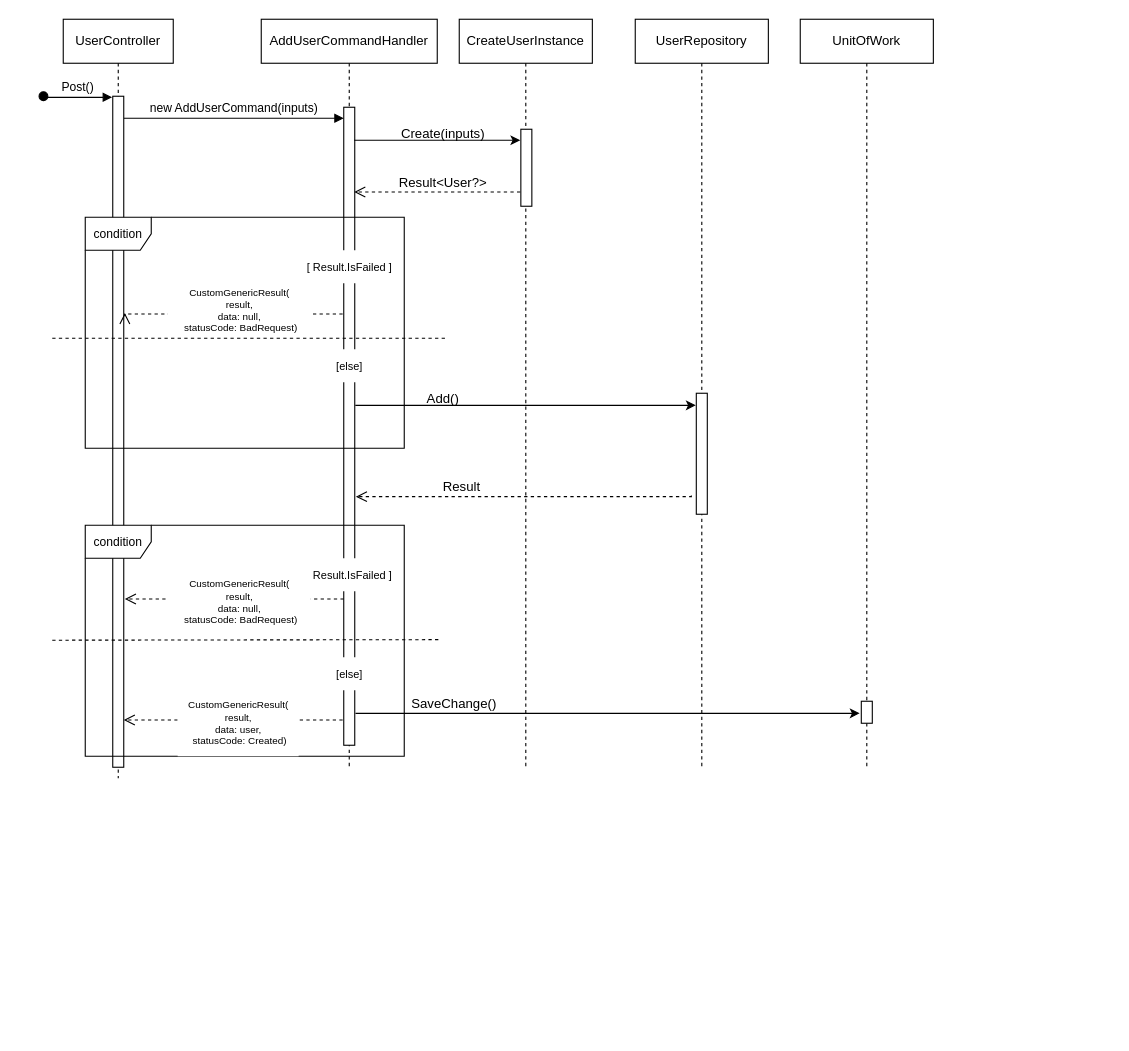
MahdiChoobin-81/CleanArchitecture_ASP keeps this draw.io diagram as Diagrams/sequenceDiagram_user_create.drawio. Above is the earlier version. Source tidied: cells renumbered, new cells numbered last; positions are measured from the earlier drawing's top-left corner, leaving out a move shared by most shapes. Both pictures are drawn from the tidied source at 110%, with x=0, y=0 at pixel (43, 19).
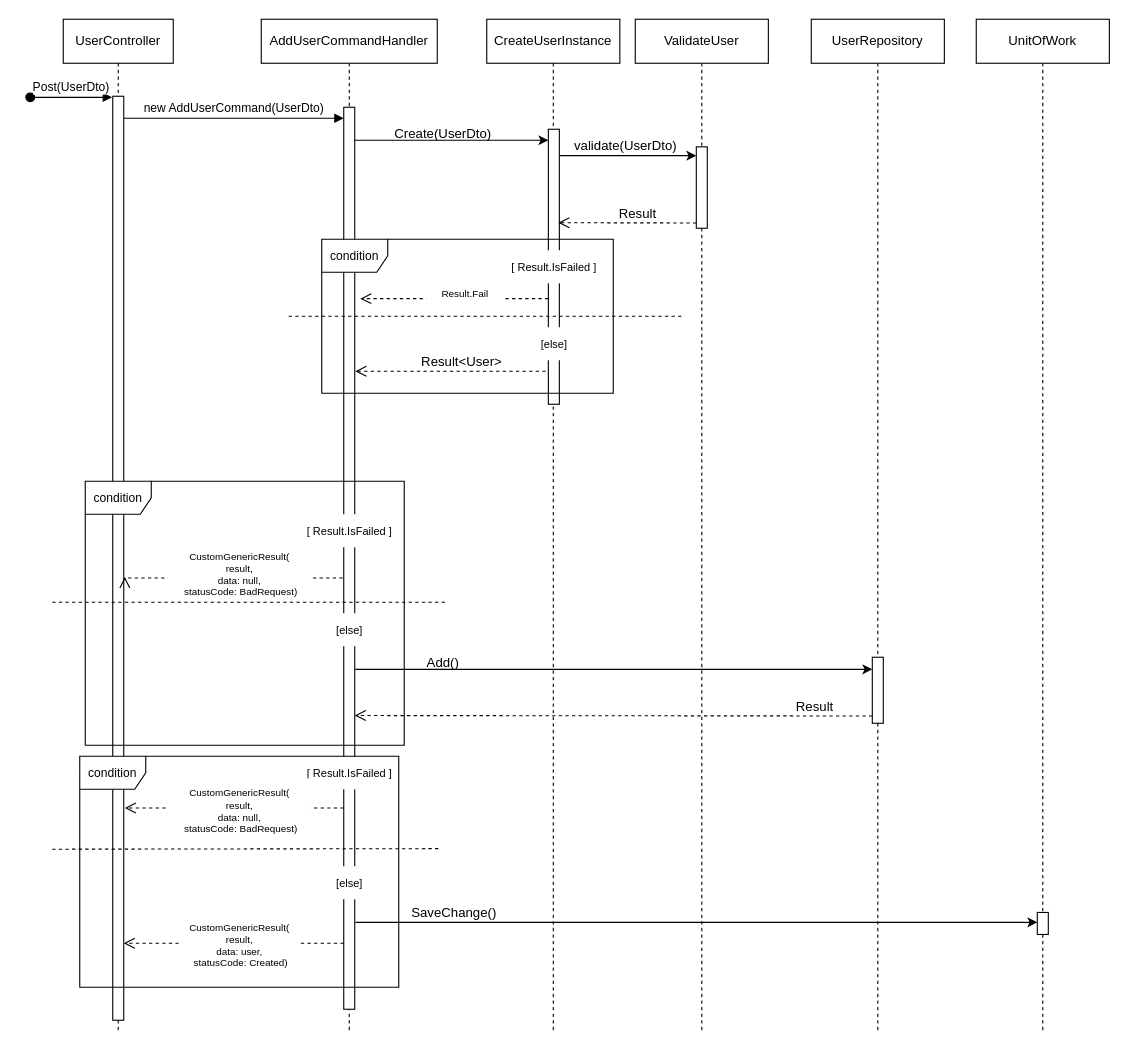
Above is the later version.

Diff of the diagram source:
```diff
@@
     <mxCell id="2" value="UserController" style="shape=umlLifeline;perimeter=lifelinePerimeter;whiteSpace=wrap;html=1;newEdgeStyle={&quot;edgeStyle&quot;:&quot;elbowEdgeStyle&quot;,&quot;elbow&quot;:&quot;vertical&quot;,&quot;curved&quot;:0,&quot;rounded&quot;:0};" parent="1" vertex="1">
-      <mxGeometry x="18" width="100" height="690" as="geometry" />
+      <mxGeometry x="18" width="100" height="920" as="geometry" />
     </mxCell>
-    <mxCell id="3" value="Post()" style="html=1;verticalAlign=bottom;startArrow=oval;endArrow=block;startSize=8;edgeStyle=elbowEdgeStyle;elbow=vertical;curved=0;rounded=0;entryX=-0.26;entryY=0.004;entryDx=0;entryDy=0;entryPerimeter=0;" parent="2" edge="1">
+    <mxCell id="3" value="Post(UserDto)" style="html=1;verticalAlign=bottom;startArrow=oval;endArrow=block;startSize=8;edgeStyle=elbowEdgeStyle;elbow=vertical;curved=0;rounded=0;entryX=-0.26;entryY=0.004;entryDx=0;entryDy=0;entryPerimeter=0;" parent="2" edge="1">
       <mxGeometry relative="1" as="geometry">
-        <mxPoint x="-18" y="70" as="sourcePoint" />
+        <mxPoint x="-30" y="71" as="sourcePoint" />
         <mxPoint x="44.4" y="71.4" as="targetPoint" />
       </mxGeometry>
     </mxCell>
     <mxCell id="4" value="AddUserCommandHandler" style="shape=umlLifeline;perimeter=lifelinePerimeter;whiteSpace=wrap;html=1;newEdgeStyle={&quot;edgeStyle&quot;:&quot;elbowEdgeStyle&quot;,&quot;elbow&quot;:&quot;vertical&quot;,&quot;curved&quot;:0,&quot;rounded&quot;:0};" parent="1" vertex="1">
-      <mxGeometry x="198" width="160" height="680" as="geometry" />
+      <mxGeometry x="198" width="160" height="920" as="geometry" />
     </mxCell>
     <mxCell id="5" style="html=1;points=[];perimeter=orthogonalPerimeter;outlineConnect=0;targetShapes=umlLifeline;portConstraint=eastwest;newEdgeStyle={&quot;edgeStyle&quot;:&quot;elbowEdgeStyle&quot;,&quot;elbow&quot;:&quot;vertical&quot;,&quot;curved&quot;:0,&quot;rounded&quot;:0};" parent="4" vertex="1">
-      <mxGeometry x="75" y="80" width="10" height="580" as="geometry" />
+      <mxGeometry x="75" y="80" width="10" height="820" as="geometry" />
     </mxCell>
-    <mxCell id="6" value="new AddUserCommand(inputs)" style="html=1;verticalAlign=bottom;endArrow=block;edgeStyle=elbowEdgeStyle;elbow=horizontal;curved=0;rounded=0;" parent="1" edge="1" source="9" target="5">
+    <mxCell id="6" value="new AddUserCommand(UserDto)" style="html=1;verticalAlign=bottom;endArrow=block;edgeStyle=elbowEdgeStyle;elbow=horizontal;curved=0;rounded=0;" parent="1" edge="1" source="9" target="5">
       <mxGeometry relative="1" as="geometry">
         <Array as="points">
           <mxPoint x="158" y="90" />
         </Array>
       </mxGeometry>
     </mxCell>
     <mxCell id="7" value="CreateUserInstance" style="shape=umlLifeline;perimeter=lifelinePerimeter;whiteSpace=wrap;html=1;newEdgeStyle={&quot;edgeStyle&quot;:&quot;elbowEdgeStyle&quot;,&quot;elbow&quot;:&quot;vertical&quot;,&quot;curved&quot;:0,&quot;rounded&quot;:0};" parent="1" vertex="1">
-      <mxGeometry x="378" width="121" height="680" as="geometry" />
+      <mxGeometry x="403" width="121" height="920" as="geometry" />
     </mxCell>
     <mxCell id="8" style="html=1;points=[];perimeter=orthogonalPerimeter;outlineConnect=0;targetShapes=umlLifeline;portConstraint=eastwest;newEdgeStyle={&quot;edgeStyle&quot;:&quot;elbowEdgeStyle&quot;,&quot;elbow&quot;:&quot;vertical&quot;,&quot;curved&quot;:0,&quot;rounded&quot;:0};" parent="7" vertex="1">
-      <mxGeometry x="56" y="100" width="10" height="70" as="geometry" />
+      <mxGeometry x="56" y="100" width="10" height="250" as="geometry" />
     </mxCell>
     <mxCell id="9" style="rounded=0;whiteSpace=wrap;html=1;" parent="1" vertex="1">
-      <mxGeometry x="63" y="70" width="10" height="610" as="geometry" />
+      <mxGeometry x="63" y="70" width="10" height="840" as="geometry" />
     </mxCell>
-    <mxCell id="10" value="Result&amp;lt;User?&amp;gt;" style="text;html=1;strokeColor=none;fillColor=none;align=center;verticalAlign=middle;whiteSpace=wrap;rounded=0;" parent="1" vertex="1">
-      <mxGeometry x="320.5" y="134" width="85" height="30" as="geometry" />
+    <mxCell id="10" value="Result&amp;lt;User&amp;gt;" style="text;html=1;strokeColor=none;fillColor=none;align=center;verticalAlign=middle;whiteSpace=wrap;rounded=0;" parent="1" vertex="1">
+      <mxGeometry x="338" y="297" width="85" height="30" as="geometry" />
     </mxCell>
-    <mxCell id="11" value="Create(inputs)" style="text;html=1;align=center;verticalAlign=middle;strokeColor=none;fillColor=none;" parent="1" vertex="1">
-      <mxGeometry x="313" y="89" width="100" height="30" as="geometry" />
+    <mxCell id="11" value="Create(UserDto)" style="text;html=1;align=center;verticalAlign=middle;strokeColor=none;fillColor=none;" parent="1" vertex="1">
+      <mxGeometry x="308" y="89" width="110" height="30" as="geometry" />
     </mxCell>
-    <mxCell id="12" style="endArrow=classic;html=1;rounded=0;" parent="1" edge="1">
+    <mxCell id="12" style="endArrow=classic;html=1;rounded=0;" parent="1" edge="1" target="8">
       <mxGeometry relative="1" as="geometry">
         <mxPoint x="282.5" y="110" as="sourcePoint" />
-        <mxPoint x="433.5" y="110" as="targetPoint" />
       </mxGeometry>
     </mxCell>
     <mxCell id="13" style="html=1;verticalAlign=bottom;endArrow=open;dashed=1;endSize=8;edgeStyle=elbowEdgeStyle;elbow=vertical;curved=0;rounded=0;" parent="1" edge="1">
       <mxGeometry x="0.01" relative="1" as="geometry">
-        <mxPoint x="433.5" y="157" as="sourcePoint" />
-        <mxPoint x="282.5" y="157" as="targetPoint" />
+        <mxPoint x="456.5" y="320" as="sourcePoint" />
+        <mxPoint x="283.5" y="320.3" as="targetPoint" />
       </mxGeometry>
     </mxCell>
@@
     <mxCell id="15" value="[ Result.IsFailed ]" style="text;html=1;align=center;verticalAlign=middle;strokeColor=none;fillColor=default;fontSize=10;" parent="1" vertex="1">
-      <mxGeometry x="228" y="210" width="100" height="30" as="geometry" />
+      <mxGeometry x="228" y="450" width="100" height="30" as="geometry" />
     </mxCell>
     <mxCell id="16" value="&lt;font style=&quot;font-size: 11px;&quot;&gt;condition&lt;/font&gt;" style="shape=umlFrame;whiteSpace=wrap;html=1;direction=east;" parent="1" vertex="1">
-      <mxGeometry x="38" y="180" width="290" height="210" as="geometry" />
+      <mxGeometry x="38" y="420" width="290" height="240" as="geometry" />
     </mxCell>
     <mxCell id="17" style="html=1;verticalAlign=bottom;endArrow=open;dashed=1;endSize=8;edgeStyle=elbowEdgeStyle;elbow=vertical;curved=0;rounded=0;strokeColor=default;" parent="1" edge="1">
       <mxGeometry x="0.01" relative="1" as="geometry">
-        <mxPoint x="272" y="268" as="sourcePoint" />
-        <mxPoint x="74" y="267" as="targetPoint" />
+        <mxPoint x="272" y="508" as="sourcePoint" />
+        <mxPoint x="74" y="507" as="targetPoint" />
       </mxGeometry>
     </mxCell>
     <mxCell id="18" value="&lt;font style=&quot;font-size: 9px;&quot;&gt;CustomGenericResult(&lt;br&gt;result,&lt;br style=&quot;font-size: 9px;&quot;&gt;data: null,&lt;br style=&quot;font-size: 9px;&quot;&gt;&amp;nbsp;statusCode: BadRequest)&lt;/font&gt;" style="text;html=1;align=center;verticalAlign=middle;strokeColor=none;fillColor=default;fontSize=9;" parent="1" vertex="1">
-      <mxGeometry x="113" y="235" width="130" height="60" as="geometry" />
+      <mxGeometry x="113" y="475" width="130" height="60" as="geometry" />
     </mxCell>
     <mxCell id="19" style="endArrow=none;dashed=1;html=1;rounded=0;" parent="1" edge="1">
       <mxGeometry relative="1" as="geometry">
-        <mxPoint x="8" y="290" as="sourcePoint" />
-        <mxPoint x="368" y="290" as="targetPoint" />
+        <mxPoint x="8" y="530" as="sourcePoint" />
+        <mxPoint x="368" y="530" as="targetPoint" />
       </mxGeometry>
     </mxCell>
     <mxCell id="20" value="[else]" style="text;html=1;align=center;verticalAlign=middle;strokeColor=none;fillColor=default;fontSize=10;imageWidth=24;arcSize=12;strokeOpacity=100;" parent="1" vertex="1">
-      <mxGeometry x="253" y="300" width="50" height="30" as="geometry" />
+      <mxGeometry x="253" y="540" width="50" height="30" as="geometry" />
     </mxCell>
     <mxCell id="21" value="UserRepository" style="shape=umlLifeline;perimeter=lifelinePerimeter;whiteSpace=wrap;html=1;newEdgeStyle={&quot;edgeStyle&quot;:&quot;elbowEdgeStyle&quot;,&quot;elbow&quot;:&quot;vertical&quot;,&quot;curved&quot;:0,&quot;rounded&quot;:0};" parent="1" vertex="1">
-      <mxGeometry x="538" width="121" height="680" as="geometry" />
+      <mxGeometry x="698" width="121" height="920" as="geometry" />
     </mxCell>
     <mxCell id="22" style="html=1;points=[];perimeter=orthogonalPerimeter;outlineConnect=0;targetShapes=umlLifeline;portConstraint=eastwest;newEdgeStyle={&quot;edgeStyle&quot;:&quot;elbowEdgeStyle&quot;,&quot;elbow&quot;:&quot;vertical&quot;,&quot;curved&quot;:0,&quot;rounded&quot;:0};" parent="21" vertex="1">
-      <mxGeometry x="55.5" y="340" width="10" height="110" as="geometry" />
+      <mxGeometry x="55.5" y="580" width="10" height="60" as="geometry" />
     </mxCell>
     <mxCell id="23" value="Add()" style="text;html=1;align=center;verticalAlign=middle;strokeColor=none;fillColor=none;" parent="1" vertex="1">
-      <mxGeometry x="338" y="330" width="50" height="30" as="geometry" />
+      <mxGeometry x="338" y="570" width="50" height="30" as="geometry" />
     </mxCell>
-    <mxCell id="24" style="endArrow=classic;html=1;rounded=0;" parent="1" edge="1">
+    <mxCell id="24" style="endArrow=classic;html=1;rounded=0;" parent="1" edge="1" target="22">
       <mxGeometry relative="1" as="geometry">
-        <mxPoint x="283.5" y="351" as="sourcePoint" />
-        <mxPoint x="593" y="351" as="targetPoint" />
+        <mxPoint x="283.5" y="591" as="sourcePoint" />
       </mxGeometry>
     </mxCell>
-    <mxCell id="25" style="html=1;verticalAlign=bottom;endArrow=open;dashed=1;endSize=8;edgeStyle=elbowEdgeStyle;elbow=vertical;curved=0;rounded=0;" parent="1" edge="1">
+    <mxCell id="25" style="html=1;verticalAlign=bottom;endArrow=open;dashed=1;endSize=8;edgeStyle=elbowEdgeStyle;elbow=vertical;curved=0;rounded=0;" parent="1" edge="1" target="5">
       <mxGeometry x="0.01" relative="1" as="geometry">
-        <mxPoint x="589" y="433" as="sourcePoint" />
-        <mxPoint x="284" y="434" as="targetPoint" />
+        <mxPoint x="753.5" y="633.4" as="sourcePoint" />
       </mxGeometry>
     </mxCell>
     <mxCell id="26" value="Result" style="text;html=1;strokeColor=none;fillColor=none;align=center;verticalAlign=middle;whiteSpace=wrap;rounded=0;" parent="1" vertex="1">
-      <mxGeometry x="338" y="410" width="85" height="30" as="geometry" />
+      <mxGeometry x="659" y="610" width="85" height="30" as="geometry" />
     </mxCell>
     <mxCell id="27" value="[ Result.IsFailed ]" style="text;html=1;align=center;verticalAlign=middle;strokeColor=none;fillColor=default;fontSize=10;" parent="1" vertex="1">
-      <mxGeometry x="228" y="490" width="100" height="30" as="geometry" />
+      <mxGeometry x="228" y="670" width="100" height="30" as="geometry" />
     </mxCell>
     <mxCell id="28" value="&lt;font style=&quot;font-size: 11px;&quot;&gt;condition&lt;/font&gt;" style="shape=umlFrame;whiteSpace=wrap;html=1;direction=east;" parent="1" vertex="1">
-      <mxGeometry x="38" y="460" width="290" height="210" as="geometry" />
+      <mxGeometry x="33" y="670" width="290" height="210" as="geometry" />
     </mxCell>
-    <mxCell id="29" style="html=1;verticalAlign=bottom;endArrow=open;dashed=1;endSize=8;edgeStyle=elbowEdgeStyle;elbow=vertical;curved=0;rounded=0;strokeColor=default;" parent="1" edge="1" source="5">
+    <mxCell id="29" style="html=1;verticalAlign=bottom;endArrow=open;dashed=1;endSize=8;edgeStyle=elbowEdgeStyle;elbow=vertical;curved=0;rounded=0;strokeColor=default;" parent="1" edge="1">
       <mxGeometry x="0.01" relative="1" as="geometry">
-        <mxPoint x="74" y="527" as="targetPoint" />
+        <mxPoint x="273" y="717.1" as="sourcePoint" />
+        <mxPoint x="74" y="717" as="targetPoint" />
       </mxGeometry>
     </mxCell>
     <mxCell id="30" value="[else]" style="text;html=1;align=center;verticalAlign=middle;strokeColor=none;fillColor=default;fontSize=10;imageWidth=24;arcSize=12;strokeOpacity=100;" parent="1" vertex="1">
-      <mxGeometry x="253" y="580" width="50" height="30" as="geometry" />
+      <mxGeometry x="253" y="770" width="50" height="30" as="geometry" />
     </mxCell>
     <mxCell id="31" value="&lt;font style=&quot;font-size: 9px;&quot;&gt;CustomGenericResult(&lt;br&gt;result,&lt;br style=&quot;font-size: 9px;&quot;&gt;data: null,&lt;br style=&quot;font-size: 9px;&quot;&gt;&amp;nbsp;statusCode: BadRequest)&lt;/font&gt;" style="text;html=1;align=center;verticalAlign=middle;strokeColor=none;fillColor=default;fontSize=9;" parent="1" vertex="1">
-      <mxGeometry x="113" y="500" width="130" height="60" as="geometry" />
+      <mxGeometry x="113" y="690" width="130" height="60" as="geometry" />
     </mxCell>
     <mxCell id="32" value="UnitOfWork" style="shape=umlLifeline;perimeter=lifelinePerimeter;whiteSpace=wrap;html=1;newEdgeStyle={&quot;edgeStyle&quot;:&quot;elbowEdgeStyle&quot;,&quot;elbow&quot;:&quot;vertical&quot;,&quot;curved&quot;:0,&quot;rounded&quot;:0};" parent="1" vertex="1">
-      <mxGeometry x="688" width="121" height="680" as="geometry" />
+      <mxGeometry x="848" width="121" height="920" as="geometry" />
     </mxCell>
     <mxCell id="33" style="html=1;points=[];perimeter=orthogonalPerimeter;outlineConnect=0;targetShapes=umlLifeline;portConstraint=eastwest;newEdgeStyle={&quot;edgeStyle&quot;:&quot;elbowEdgeStyle&quot;,&quot;elbow&quot;:&quot;vertical&quot;,&quot;curved&quot;:0,&quot;rounded&quot;:0};" parent="32" vertex="1">
-      <mxGeometry x="55.5" y="620" width="10" height="20" as="geometry" />
+      <mxGeometry x="55.5" y="812" width="10" height="20" as="geometry" />
     </mxCell>
     <mxCell id="34" style="endArrow=none;dashed=1;html=1;rounded=0;" parent="1" edge="1">
       <mxGeometry relative="1" as="geometry">
-        <mxPoint x="8" y="564.5" as="sourcePoint" />
-        <mxPoint x="361" y="564" as="targetPoint" />
+        <mxPoint x="8" y="754.5" as="sourcePoint" />
+        <mxPoint x="361" y="754" as="targetPoint" />
       </mxGeometry>
     </mxCell>
-    <mxCell id="35" style="endArrow=classic;html=1;rounded=0;" parent="1" edge="1">
+    <mxCell id="35" style="endArrow=classic;html=1;rounded=0;" parent="1" edge="1" target="33">
       <mxGeometry relative="1" as="geometry">
-        <mxPoint x="283.7" y="631" as="sourcePoint" />
-        <mxPoint x="742" y="631" as="targetPoint" />
+        <mxPoint x="283.7" y="821" as="sourcePoint" />
       </mxGeometry>
     </mxCell>
     <mxCell id="36" value="SaveChange()" style="text;html=1;align=center;verticalAlign=middle;strokeColor=none;fillColor=none;" parent="1" vertex="1">
-      <mxGeometry x="323" y="608" width="100" height="30" as="geometry" />
+      <mxGeometry x="323" y="798" width="100" height="30" as="geometry" />
     </mxCell>
-    <mxCell id="37" style="html=1;verticalAlign=bottom;endArrow=open;dashed=1;endSize=8;edgeStyle=elbowEdgeStyle;elbow=vertical;curved=0;rounded=0;strokeColor=default;" parent="1" edge="1">
+    <mxCell id="37" style="html=1;verticalAlign=bottom;endArrow=open;dashed=1;endSize=8;edgeStyle=elbowEdgeStyle;elbow=vertical;curved=0;rounded=0;strokeColor=default;" parent="1" edge="1" source="5">
       <mxGeometry x="0.01" relative="1" as="geometry">
-        <mxPoint x="272" y="637" as="sourcePoint" />
-        <mxPoint x="73" y="637" as="targetPoint" />
+        <mxPoint x="73" y="840" as="targetPoint" />
       </mxGeometry>
     </mxCell>
+    <mxCell id="39" value="ValidateUser" style="shape=umlLifeline;perimeter=lifelinePerimeter;whiteSpace=wrap;html=1;newEdgeStyle={&quot;edgeStyle&quot;:&quot;elbowEdgeStyle&quot;,&quot;elbow&quot;:&quot;vertical&quot;,&quot;curved&quot;:0,&quot;rounded&quot;:0};" parent="1" vertex="1">
+      <mxGeometry x="538" width="121" height="920" as="geometry" />
+    </mxCell>
+    <mxCell id="40" style="html=1;perimeter=orthogonalPerimeter;targetShapes=umlLifeline;newEdgeStyle={&quot;edgeStyle&quot;:&quot;elbowEdgeStyle&quot;,&quot;elbow&quot;:&quot;vertical&quot;,&quot;curved&quot;:0,&quot;rounded&quot;:0};" parent="39" vertex="1">
+      <mxGeometry x="55.5" y="116" width="10" height="74" as="geometry" />
+    </mxCell>
+    <mxCell id="41" value="validate(UserDto)" style="text;html=1;align=center;verticalAlign=middle;strokeColor=none;fillColor=none;" parent="1" vertex="1">
+      <mxGeometry x="468.5" y="100" width="120" height="30" as="geometry" />
+    </mxCell>
+    <mxCell id="42" style="endArrow=classic;html=1;rounded=0;" parent="1" edge="1" source="8">
+      <mxGeometry relative="1" as="geometry">
+        <mxPoint x="593.5" y="124" as="targetPoint" />
+      </mxGeometry>
+    </mxCell>
+    <mxCell id="43" style="html=1;verticalAlign=bottom;endArrow=open;dashed=1;endSize=8;edgeStyle=elbowEdgeStyle;elbow=vertical;curved=0;rounded=0;" parent="1" edge="1">
+      <mxGeometry x="0.01" relative="1" as="geometry">
+        <mxPoint x="593.5" y="185.2" as="sourcePoint" />
+        <mxPoint x="468" y="185" as="targetPoint" />
+      </mxGeometry>
+    </mxCell>
+    <mxCell id="44" value="Result" style="text;html=1;strokeColor=none;fillColor=none;align=center;verticalAlign=middle;whiteSpace=wrap;rounded=0;" parent="1" vertex="1">
+      <mxGeometry x="498" y="162" width="85" height="30" as="geometry" />
+    </mxCell>
+    <mxCell id="45" value="&lt;font style=&quot;font-size: 11px;&quot;&gt;condition&lt;/font&gt;" style="shape=umlFrame;whiteSpace=wrap;html=1;direction=east;" parent="1" vertex="1">
+      <mxGeometry x="253" y="200" width="265" height="140" as="geometry" />
+    </mxCell>
+    <mxCell id="46" value="[else]" style="text;html=1;align=center;verticalAlign=middle;strokeColor=none;fillColor=default;fontSize=10;imageWidth=24;arcSize=12;strokeOpacity=100;" parent="1" vertex="1">
+      <mxGeometry x="438.5" y="280" width="50" height="30" as="geometry" />
+    </mxCell>
+    <mxCell id="47" value="[ Result.IsFailed ]" style="text;html=1;align=center;verticalAlign=middle;strokeColor=none;fillColor=default;fontSize=10;" parent="1" vertex="1">
+      <mxGeometry x="413.5" y="210" width="100" height="30" as="geometry" />
+    </mxCell>
+    <mxCell id="48" style="endArrow=none;dashed=1;html=1;rounded=0;" parent="1" edge="1">
+      <mxGeometry relative="1" as="geometry">
+        <mxPoint x="223" y="270" as="sourcePoint" />
+        <mxPoint x="583" y="270" as="targetPoint" />
+      </mxGeometry>
+    </mxCell>
+    <mxCell id="49" style="html=1;verticalAlign=bottom;endArrow=open;dashed=1;endSize=8;edgeStyle=elbowEdgeStyle;elbow=vertical;curved=0;rounded=0;entryX=1.5;entryY=0.212;entryDx=0;entryDy=0;entryPerimeter=0;" parent="1" edge="1" source="8" target="5">
+      <mxGeometry x="0.01" relative="1" as="geometry" />
+    </mxCell>
+    <mxCell id="50" value="Result.Fail" style="text;html=1;align=center;verticalAlign=middle;strokeColor=none;fillColor=default;fontSize=9;imageWidth=18;imageHeight=24;arcSize=5;fillStyle=auto;" parent="1" vertex="1">
+      <mxGeometry x="348" y="240" width="70" height="20" as="geometry" />
+    </mxCell>
     <mxCell id="38" value="&lt;font style=&quot;font-size: 9px;&quot;&gt;CustomGenericResult(&lt;br&gt;result,&lt;br style=&quot;font-size: 9px;&quot;&gt;data: user,&lt;br style=&quot;font-size: 9px;&quot;&gt;&amp;nbsp;statusCode: Created)&lt;/font&gt;" style="text;html=1;align=center;verticalAlign=middle;strokeColor=none;fillColor=default;fontSize=9;" parent="1" vertex="1">
-      <mxGeometry x="122" y="610" width="110" height="60" as="geometry" />
+      <mxGeometry x="123" y="812" width="110" height="60" as="geometry" />
     </mxCell>
```
